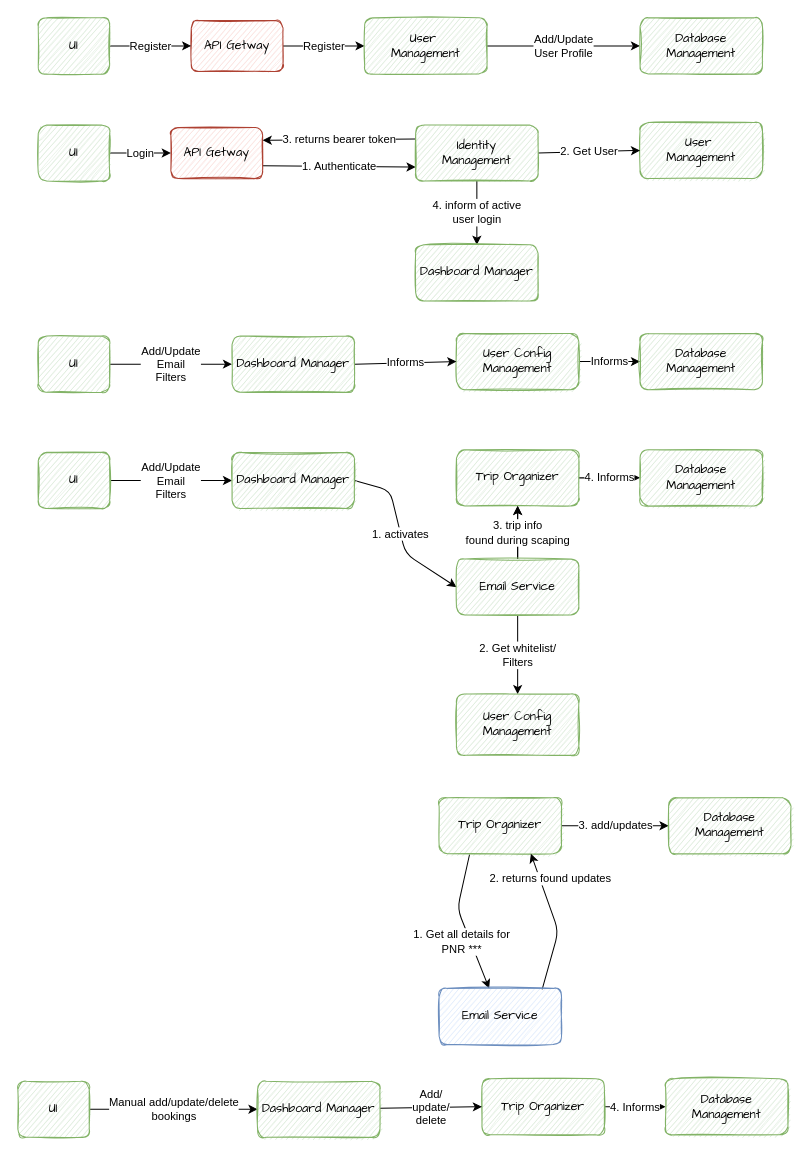
manu29585/ArchitectureKata keeps this draw.io diagram as page "Interaction by Use case" (13 of 14) of .media/RoadWarrior_SubSystems.drawio. Above is the earlier version. Source tidied: cells renumbered, new cells numbered last; positions are measured from the earlier drawing's top-left corner, leaving out a move shared by most shapes. Both pictures are drawn from the tidied source at 102%, with x=0, y=0 at pixel (17, 17).
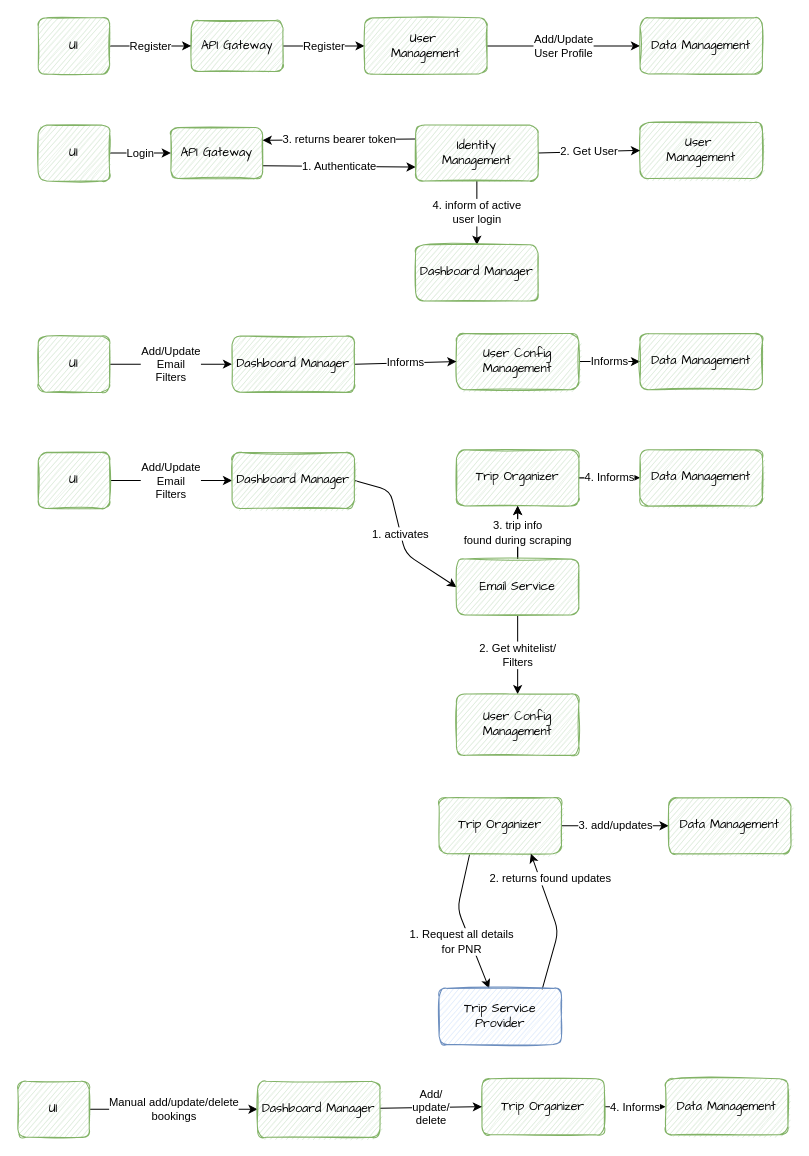
The same page after the edit.

Unchanged cells that the change refers to:
```xml
<mxCell id="29" value="Trip Organizer" style="rounded=1;whiteSpace=wrap;html=1;shadow=0;sketch=1;fontFamily=Comic Sans MS;fontSize=12;fillColor=#d5e8d4;strokeColor=#82b366;" parent="1" vertex="1">
  <mxGeometry x="430" y="423.5" width="120" height="55" as="geometry" />
</mxCell>
<mxCell id="36" value="Email Service" style="rounded=1;whiteSpace=wrap;html=1;shadow=0;sketch=1;fontFamily=Comic Sans MS;fontSize=12;fillColor=#d5e8d4;strokeColor=#82b366;" parent="1" vertex="1">
  <mxGeometry x="430" y="530.5" width="120" height="55" as="geometry" />
</mxCell>
<mxCell id="40" value="Trip Organizer" style="rounded=1;whiteSpace=wrap;html=1;shadow=0;sketch=1;fontFamily=Comic Sans MS;fontSize=12;fillColor=#d5e8d4;strokeColor=#82b366;" parent="1" vertex="1">
  <mxGeometry x="413" y="764.5" width="120" height="55" as="geometry" />
</mxCell>
```

The edit, as a diff of the source:
```diff
@@
-    <mxCell id="3" value="API Getway" style="rounded=1;whiteSpace=wrap;html=1;shadow=0;glass=0;sketch=1;fontFamily=Comic Sans MS;fillColor=#fad9d5;strokeColor=#ae4132;" parent="1" vertex="1">
+    <mxCell id="3" value="API Gateway" style="rounded=1;whiteSpace=wrap;html=1;shadow=0;glass=0;sketch=1;fontFamily=Comic Sans MS;fillColor=#d5e8d4;strokeColor=#82b366;" parent="1" vertex="1">
       <mxGeometry x="170" y="2.5" width="90" height="50" as="geometry" />
     </mxCell>
@@
-    <mxCell id="8" value="Database Management" style="rounded=1;whiteSpace=wrap;html=1;shadow=0;sketch=1;fontFamily=Comic Sans MS;fontSize=12;fillColor=#d5e8d4;strokeColor=#82b366;" parent="1" vertex="1">
+    <mxCell id="8" value="Data Management" style="rounded=1;whiteSpace=wrap;html=1;shadow=0;sketch=1;fontFamily=Comic Sans MS;fontSize=12;fillColor=#d5e8d4;strokeColor=#82b366;" parent="1" vertex="1">
       <mxGeometry x="610" width="120" height="55" as="geometry" />
     </mxCell>
@@
-    <mxCell id="10" value="API Getway" style="rounded=1;whiteSpace=wrap;html=1;shadow=0;glass=0;sketch=1;fontFamily=Comic Sans MS;fillColor=#fad9d5;strokeColor=#ae4132;" parent="1" vertex="1">
+    <mxCell id="10" value="API Gateway" style="rounded=1;whiteSpace=wrap;html=1;shadow=0;glass=0;sketch=1;fontFamily=Comic Sans MS;fillColor=#d5e8d4;strokeColor=#82b366;" parent="1" vertex="1">
       <mxGeometry x="150" y="107.5" width="90" height="50" as="geometry" />
     </mxCell>
@@
-    <mxCell id="25" value="Database Management" style="rounded=1;whiteSpace=wrap;html=1;shadow=0;sketch=1;fontFamily=Comic Sans MS;fontSize=12;fillColor=#d5e8d4;strokeColor=#82b366;" parent="1" vertex="1">
+    <mxCell id="25" value="Data Management" style="rounded=1;whiteSpace=wrap;html=1;shadow=0;sketch=1;fontFamily=Comic Sans MS;fontSize=12;fillColor=#d5e8d4;strokeColor=#82b366;" parent="1" vertex="1">
       <mxGeometry x="610" y="309.5" width="120" height="55" as="geometry" />
     </mxCell>
@@
-    <mxCell id="32" value="Database Management" style="rounded=1;whiteSpace=wrap;html=1;shadow=0;sketch=1;fontFamily=Comic Sans MS;fontSize=12;fillColor=#d5e8d4;strokeColor=#82b366;" parent="1" vertex="1">
+    <mxCell id="32" value="Data Management" style="rounded=1;whiteSpace=wrap;html=1;shadow=0;sketch=1;fontFamily=Comic Sans MS;fontSize=12;fillColor=#d5e8d4;strokeColor=#82b366;" parent="1" vertex="1">
       <mxGeometry x="610" y="423.5" width="120" height="55" as="geometry" />
     </mxCell>
@@
-    <mxCell id="35" value="3. trip info&lt;br&gt;found during scaping" style="edgeStyle=none;html=1;" parent="1" edge="1" source="36" target="29">
+    <mxCell id="35" value="3. trip info&lt;br&gt;found during scraping" style="edgeStyle=none;html=1;" parent="1" edge="1" source="36" target="29">
       <mxGeometry relative="1" as="geometry" />
     </mxCell>
@@
-    <mxCell id="39" value="1. Get all details for &lt;br&gt;PNR ***" style="edgeStyle=none;html=1;exitX=0.25;exitY=1;exitDx=0;exitDy=0;" parent="1" edge="1" source="40" target="43">
+    <mxCell id="39" value="1. Request all details &lt;br&gt;for PNR" style="edgeStyle=none;html=1;exitX=0.25;exitY=1;exitDx=0;exitDy=0;" parent="1" edge="1" source="40" target="43">
       <mxGeometry x="0.25" y="-8" relative="1" as="geometry">
         <Array as="points">
           <mxPoint x="431" y="873.5" />
         </Array>
       </mxGeometry>
     </mxCell>
@@
-    <mxCell id="41" value="Database Management" style="rounded=1;whiteSpace=wrap;html=1;shadow=0;sketch=1;fontFamily=Comic Sans MS;fontSize=12;fillColor=#d5e8d4;strokeColor=#82b366;" parent="1" vertex="1">
+    <mxCell id="41" value="Data Management" style="rounded=1;whiteSpace=wrap;html=1;shadow=0;sketch=1;fontFamily=Comic Sans MS;fontSize=12;fillColor=#d5e8d4;strokeColor=#82b366;" parent="1" vertex="1">
       <mxGeometry x="638" y="764.5" width="120" height="55" as="geometry" />
     </mxCell>
@@
-    <mxCell id="43" value="Email Service" style="rounded=1;whiteSpace=wrap;html=1;shadow=0;sketch=1;fontFamily=Comic Sans MS;fontSize=12;fillColor=#dae8fc;strokeColor=#6c8ebf;" parent="1" vertex="1">
+    <mxCell id="43" value="Trip Service Provider" style="rounded=1;whiteSpace=wrap;html=1;shadow=0;sketch=1;fontFamily=Comic Sans MS;fontSize=12;fillColor=#dae8fc;strokeColor=#6c8ebf;" parent="1" vertex="1">
       <mxGeometry x="413" y="951.5" width="120" height="55" as="geometry" />
     </mxCell>
@@
-    <mxCell id="50" value="Database Management" style="rounded=1;whiteSpace=wrap;html=1;shadow=0;sketch=1;fontFamily=Comic Sans MS;fontSize=12;fillColor=#d5e8d4;strokeColor=#82b366;" parent="1" vertex="1">
+    <mxCell id="50" value="Data Management" style="rounded=1;whiteSpace=wrap;html=1;shadow=0;sketch=1;fontFamily=Comic Sans MS;fontSize=12;fillColor=#d5e8d4;strokeColor=#82b366;" parent="1" vertex="1">
       <mxGeometry x="635" y="1040" width="120" height="55" as="geometry" />
     </mxCell>
```
